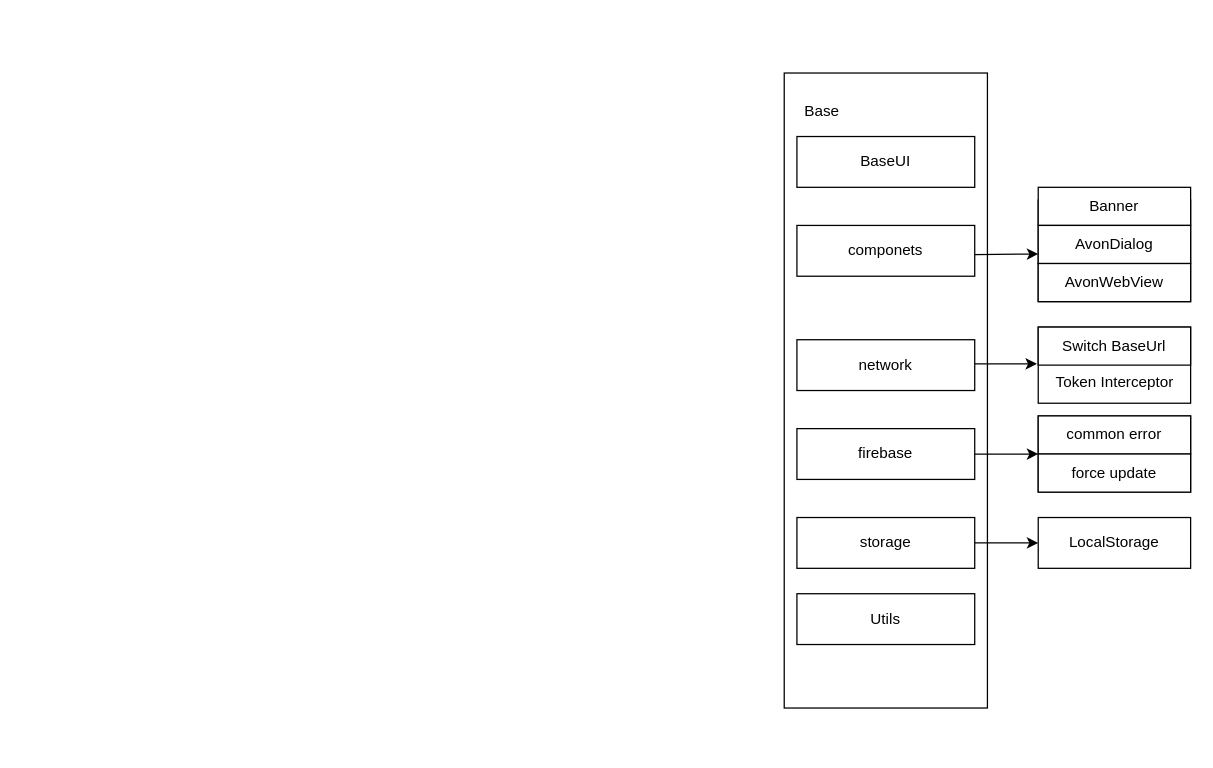
Above: Untitled Diagram.drawio in xiaoyuncanghai/note (draw.io), before the change. Source tidied: cells renumbered, new cells numbered last; positions are measured from the earlier drawing's top-left corner, leaving out a move shared by most shapes. Both pictures are drawn from the tidied source at 127%, with x=0, y=0 at pixel (784, 72).
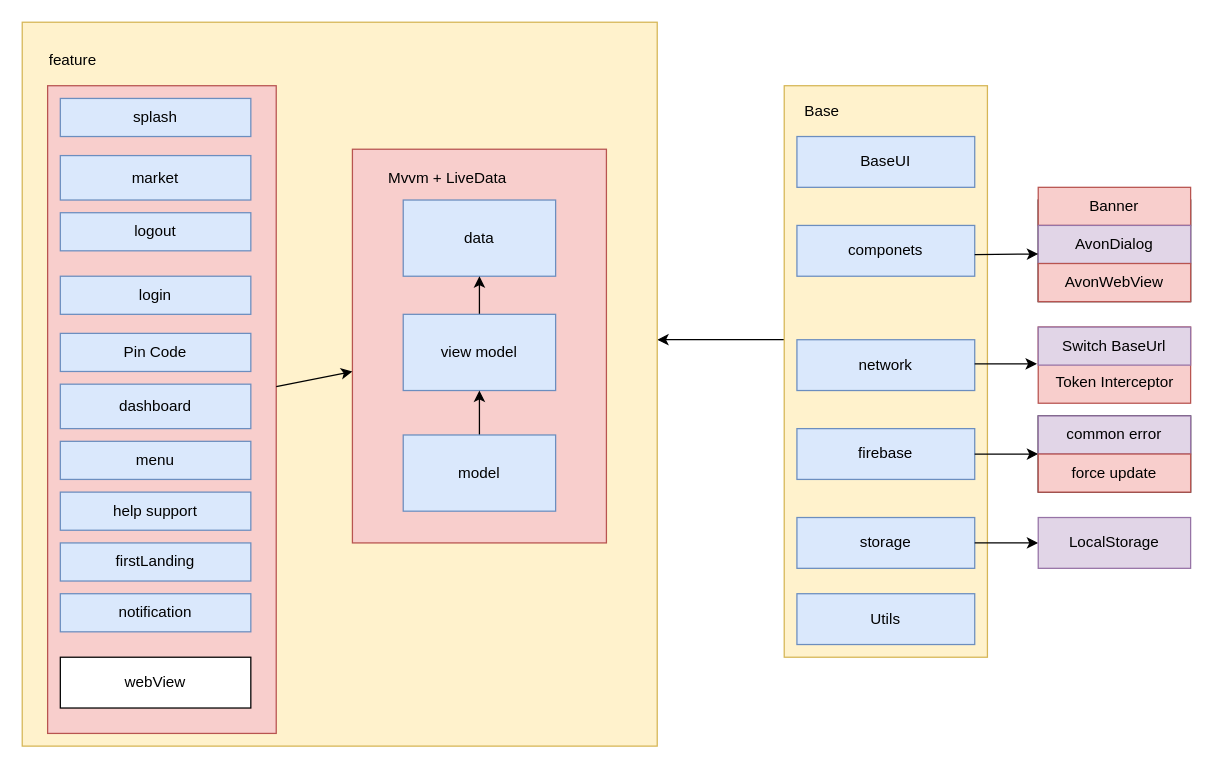
After the change.

Diff of the diagram source:
```diff
@@
-<mxGraphModel>
+<mxGraphModel background="#ffffff">
@@
+    <mxCell id="26" style="edgeStyle=orthogonalEdgeStyle;rounded=0;jettySize=auto;html=1;" parent="1" edge="1" source="2" target="27">
+      <mxGeometry relative="1" as="geometry">
+        <Array as="points">
+          <mxPoint x="-30" y="210" />
+          <mxPoint x="-30" y="210" />
+        </Array>
+      </mxGeometry>
+    </mxCell>
-    <mxCell id="2" style="rounded=0;whiteSpace=wrap;html=1;" parent="1" vertex="1">
-      <mxGeometry width="160" height="500" as="geometry" />
+    <mxCell id="2" style="rounded=0;whiteSpace=wrap;html=1;fillColor=#fff2cc;strokeColor=#d6b656;" parent="1" vertex="1">
+      <mxGeometry y="10" width="160" height="450" as="geometry" />
     </mxCell>
-    <mxCell id="3" value="BaseUI" style="rounded=0;whiteSpace=wrap;html=1;" parent="1" vertex="1">
+    <mxCell id="3" value="BaseUI" style="rounded=0;whiteSpace=wrap;html=1;fillColor=#dae8fc;strokeColor=#6c8ebf;" parent="1" vertex="1">
       <mxGeometry x="10" y="50" width="140" height="40" as="geometry" />
     </mxCell>
@@
-    <mxCell id="5" style="rounded=0;whiteSpace=wrap;html=1;" parent="1" vertex="1">
+    <mxCell id="5" style="rounded=0;whiteSpace=wrap;html=1;fillColor=#dae8fc;strokeColor=#6c8ebf;" parent="1" vertex="1">
       <mxGeometry x="10" y="120" width="140" height="40" as="geometry" />
     </mxCell>
@@
-    <mxCell id="8" value="Banner" style="rounded=0;whiteSpace=wrap;html=1;" parent="1" vertex="1">
+    <mxCell id="8" value="Banner" style="rounded=0;whiteSpace=wrap;html=1;fillColor=#f8cecc;strokeColor=#b85450;" parent="1" vertex="1">
       <mxGeometry x="200" y="90" width="120" height="30" as="geometry" />
     </mxCell>
-    <mxCell id="9" value="AvonDialog" style="rounded=0;whiteSpace=wrap;html=1;" parent="1" vertex="1">
+    <mxCell id="9" value="AvonDialog" style="rounded=0;whiteSpace=wrap;html=1;fillColor=#e1d5e7;strokeColor=#9673a6;" parent="1" vertex="1">
       <mxGeometry x="200" y="120" width="120" height="30" as="geometry" />
     </mxCell>
-    <mxCell id="10" value="AvonWebView" style="rounded=0;whiteSpace=wrap;html=1;" parent="1" vertex="1">
+    <mxCell id="10" value="AvonWebView" style="rounded=0;whiteSpace=wrap;html=1;fillColor=#f8cecc;strokeColor=#b85450;" parent="1" vertex="1">
       <mxGeometry x="200" y="150" width="120" height="30" as="geometry" />
     </mxCell>
-    <mxCell id="11" value="network" style="rounded=0;whiteSpace=wrap;html=1;" parent="1" vertex="1">
+    <mxCell id="11" value="network" style="rounded=0;whiteSpace=wrap;html=1;fillColor=#dae8fc;strokeColor=#6c8ebf;" parent="1" vertex="1">
       <mxGeometry x="10" y="210" width="140" height="40" as="geometry" />
     </mxCell>
-    <mxCell id="12" style="rounded=0;whiteSpace=wrap;html=1;" parent="1" vertex="1">
+    <mxCell id="12" style="rounded=0;whiteSpace=wrap;html=1;fillColor=#f8cecc;strokeColor=#b85450;" parent="1" vertex="1">
       <mxGeometry x="200" y="200" width="120" height="60" as="geometry" />
     </mxCell>
-    <mxCell id="13" value="&lt;span&gt;Token Interceptor&lt;/span&gt;" style="verticalLabelPosition=bottom;verticalAlign=top;html=1;shape=mxgraph.basic.rect;fillColor2=none;strokeWidth=1;size=20;indent=5;" parent="1" vertex="1">
+    <mxCell id="13" value="&lt;span&gt;Token Interceptor&lt;/span&gt;" style="verticalLabelPosition=bottom;verticalAlign=top;html=1;shape=mxgraph.basic.rect;fillColor2=none;strokeWidth=1;size=20;indent=5;fillColor=#e1d5e7;strokeColor=#9673a6;" parent="1" vertex="1">
       <mxGeometry x="200" y="200" width="120" height="30" as="geometry" />
     </mxCell>
@@
-    <mxCell id="15" value="firebase" style="rounded=0;whiteSpace=wrap;html=1;" parent="1" vertex="1">
+    <mxCell id="15" value="firebase" style="rounded=0;whiteSpace=wrap;html=1;fillColor=#dae8fc;strokeColor=#6c8ebf;" parent="1" vertex="1">
       <mxGeometry x="10" y="280" width="140" height="40" as="geometry" />
     </mxCell>
@@
-    <mxCell id="20" value="common error" style="rounded=0;whiteSpace=wrap;html=1;" parent="1" vertex="1">
+    <mxCell id="20" value="common error" style="rounded=0;whiteSpace=wrap;html=1;fillColor=#e1d5e7;strokeColor=#9673a6;" parent="1" vertex="1">
       <mxGeometry x="200" y="270" width="120" height="30" as="geometry" />
     </mxCell>
-    <mxCell id="21" value="force update" style="rounded=0;whiteSpace=wrap;html=1;" parent="1" vertex="1">
+    <mxCell id="21" value="force update" style="rounded=0;whiteSpace=wrap;html=1;fillColor=#f8cecc;strokeColor=#b85450;" parent="1" vertex="1">
       <mxGeometry x="200" y="300" width="120" height="30" as="geometry" />
     </mxCell>
-    <mxCell id="22" value="storage" style="rounded=0;whiteSpace=wrap;html=1;" parent="1" vertex="1">
+    <mxCell id="22" value="storage" style="rounded=0;whiteSpace=wrap;html=1;fillColor=#dae8fc;strokeColor=#6c8ebf;" parent="1" vertex="1">
       <mxGeometry x="10" y="350" width="140" height="40" as="geometry" />
     </mxCell>
@@
-    <mxCell id="24" value="LocalStorage" style="rounded=0;whiteSpace=wrap;html=1;" parent="1" vertex="1">
+    <mxCell id="24" value="LocalStorage" style="rounded=0;whiteSpace=wrap;html=1;fillColor=#e1d5e7;strokeColor=#9673a6;" parent="1" vertex="1">
       <mxGeometry x="200" y="350" width="120" height="40" as="geometry" />
     </mxCell>
-    <mxCell id="25" value="Utils" style="rounded=0;whiteSpace=wrap;html=1;" parent="1" vertex="1">
+    <mxCell id="25" value="Utils" style="rounded=0;whiteSpace=wrap;html=1;fillColor=#dae8fc;strokeColor=#6c8ebf;" parent="1" vertex="1">
       <mxGeometry x="10" y="410" width="140" height="40" as="geometry" />
     </mxCell>
+    <mxCell id="27" style="rounded=0;whiteSpace=wrap;html=1;fillColor=#fff2cc;strokeColor=#d6b656;" parent="1" vertex="1">
+      <mxGeometry x="-600" y="-40" width="500" height="570" as="geometry" />
+    </mxCell>
+    <mxCell id="28" value="feature" style="text;html=1;strokeColor=none;fillColor=none;align=center;verticalAlign=middle;whiteSpace=wrap;rounded=0;" parent="1" vertex="1">
+      <mxGeometry x="-580" y="-20" width="40" height="20" as="geometry" />
+    </mxCell>
+    <mxCell id="29" style="rounded=0;whiteSpace=wrap;html=1;fillColor=#f8cecc;strokeColor=#b85450;" parent="1" vertex="1">
+      <mxGeometry x="-340" y="60" width="200" height="310" as="geometry" />
+    </mxCell>
+    <mxCell id="30" style="rounded=0;whiteSpace=wrap;html=1;fillColor=#f8cecc;strokeColor=#b85450;" parent="1" vertex="1">
+      <mxGeometry x="-580" y="10" width="180" height="510" as="geometry" />
+    </mxCell>
+    <mxCell id="31" value="splash" style="rounded=0;whiteSpace=wrap;html=1;fillColor=#dae8fc;strokeColor=#6c8ebf;" parent="1" vertex="1">
+      <mxGeometry x="-570" y="20" width="150" height="30" as="geometry" />
+    </mxCell>
+    <mxCell id="32" value="login" style="rounded=0;whiteSpace=wrap;html=1;fillColor=#dae8fc;strokeColor=#6c8ebf;" parent="1" vertex="1">
+      <mxGeometry x="-570" y="160" width="150" height="30" as="geometry" />
+    </mxCell>
+    <mxCell id="33" value="market" style="rounded=0;whiteSpace=wrap;html=1;fillColor=#dae8fc;strokeColor=#6c8ebf;" parent="1" vertex="1">
+      <mxGeometry x="-570" y="65" width="150" height="35" as="geometry" />
+    </mxCell>
+    <mxCell id="34" value="Pin Code" style="rounded=0;whiteSpace=wrap;html=1;fillColor=#dae8fc;strokeColor=#6c8ebf;" parent="1" vertex="1">
+      <mxGeometry x="-570" y="205" width="150" height="30" as="geometry" />
+    </mxCell>
+    <mxCell id="35" value="dashboard" style="rounded=0;whiteSpace=wrap;html=1;fillColor=#dae8fc;strokeColor=#6c8ebf;" parent="1" vertex="1">
+      <mxGeometry x="-570" y="245" width="150" height="35" as="geometry" />
+    </mxCell>
+    <mxCell id="36" value="menu" style="rounded=0;whiteSpace=wrap;html=1;fillColor=#dae8fc;strokeColor=#6c8ebf;" parent="1" vertex="1">
+      <mxGeometry x="-570" y="290" width="150" height="30" as="geometry" />
+    </mxCell>
+    <mxCell id="37" value="help support" style="rounded=0;whiteSpace=wrap;html=1;fillColor=#dae8fc;strokeColor=#6c8ebf;" parent="1" vertex="1">
+      <mxGeometry x="-570" y="330" width="150" height="30" as="geometry" />
+    </mxCell>
+    <mxCell id="38" value="firstLanding" style="rounded=0;whiteSpace=wrap;html=1;fillColor=#dae8fc;strokeColor=#6c8ebf;" parent="1" vertex="1">
+      <mxGeometry x="-570" y="370" width="150" height="30" as="geometry" />
+    </mxCell>
+    <mxCell id="39" value="notification" style="rounded=0;whiteSpace=wrap;html=1;fillColor=#dae8fc;strokeColor=#6c8ebf;" parent="1" vertex="1">
+      <mxGeometry x="-570" y="410" width="150" height="30" as="geometry" />
+    </mxCell>
+    <mxCell id="40" value="logout" style="rounded=0;whiteSpace=wrap;html=1;fillColor=#dae8fc;strokeColor=#6c8ebf;" parent="1" vertex="1">
+      <mxGeometry x="-570" y="110" width="150" height="30" as="geometry" />
+    </mxCell>
+    <mxCell id="41" value="data" style="rounded=0;whiteSpace=wrap;html=1;fillColor=#dae8fc;strokeColor=#6c8ebf;" parent="1" vertex="1">
+      <mxGeometry x="-300" y="100" width="120" height="60" as="geometry" />
+    </mxCell>
+    <mxCell id="42" style="edgeStyle=orthogonalEdgeStyle;rounded=0;jettySize=auto;html=1;entryX=0.5;entryY=1;entryDx=0;entryDy=0;" parent="1" edge="1" source="43" target="41">
+      <mxGeometry relative="1" as="geometry" />
+    </mxCell>
+    <mxCell id="43" value="view model" style="rounded=0;whiteSpace=wrap;html=1;fillColor=#dae8fc;strokeColor=#6c8ebf;" parent="1" vertex="1">
+      <mxGeometry x="-300" y="190" width="120" height="60" as="geometry" />
+    </mxCell>
+    <mxCell id="44" style="edgeStyle=orthogonalEdgeStyle;rounded=0;jettySize=auto;html=1;exitX=0.5;exitY=0;exitDx=0;exitDy=0;entryX=0.5;entryY=1;entryDx=0;entryDy=0;" parent="1" edge="1" source="45" target="43">
+      <mxGeometry relative="1" as="geometry" />
+    </mxCell>
+    <mxCell id="45" value="model" style="rounded=0;whiteSpace=wrap;html=1;fillColor=#dae8fc;strokeColor=#6c8ebf;" parent="1" vertex="1">
+      <mxGeometry x="-300" y="285" width="120" height="60" as="geometry" />
+    </mxCell>
+    <mxCell id="46" value="Mvvm + LiveData" style="text;html=1;strokeColor=none;fillColor=none;align=center;verticalAlign=middle;whiteSpace=wrap;rounded=0;" parent="1" vertex="1">
+      <mxGeometry x="-350" y="72.5" width="170" height="20" as="geometry" />
+    </mxCell>
+    <mxCell id="47" style="endArrow=classic;html=1;" parent="1" edge="1" source="30" target="29">
+      <mxGeometry relative="1" as="geometry" />
+    </mxCell>
+    <mxCell id="48" value="webView" style="rounded=0;whiteSpace=wrap;html=1;" parent="1" vertex="1">
+      <mxGeometry x="-570" y="460" width="150" height="40" as="geometry" />
+    </mxCell>
```
